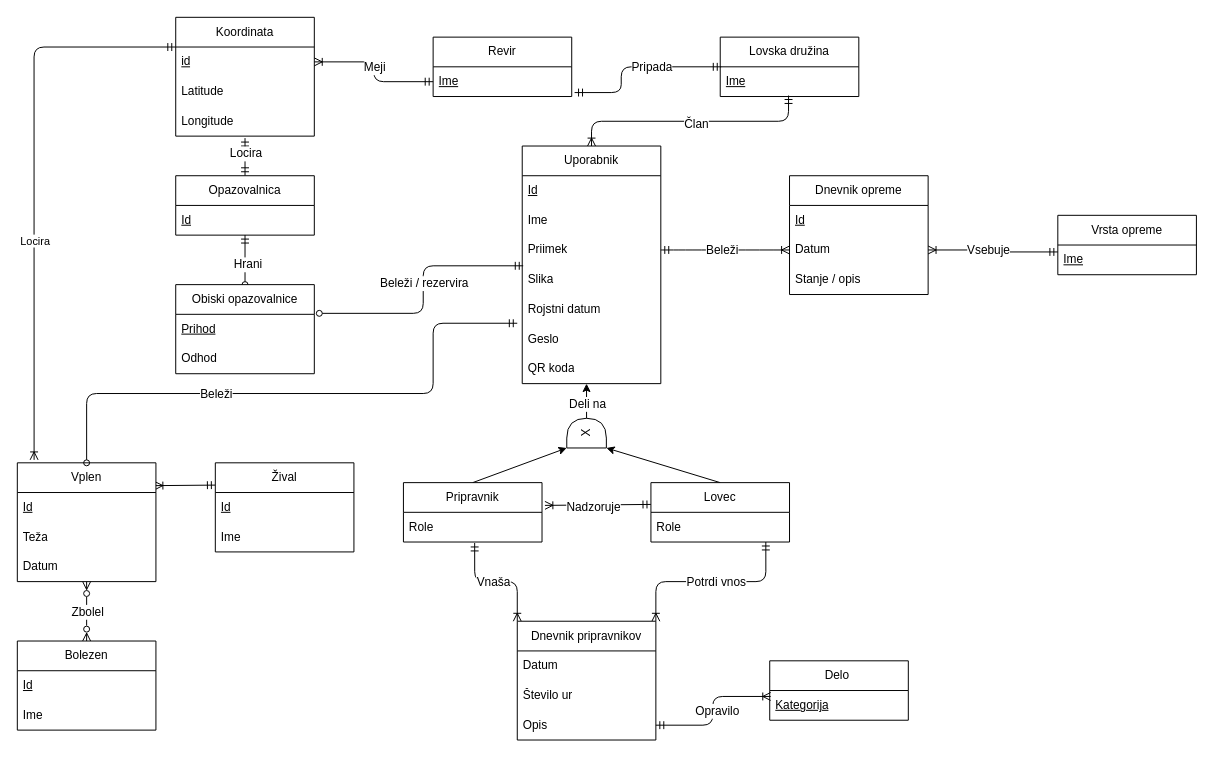
Earlier version of the draw.io diagram assets/ER-diagram.drawio (janmerhar/lovec). Source tidied: cells renumbered, new cells numbered last; positions are measured from the earlier drawing's top-left corner, leaving out a move shared by most shapes. Both pictures are drawn from the tidied source at 99%, with x=0, y=0 at pixel (17, 17).
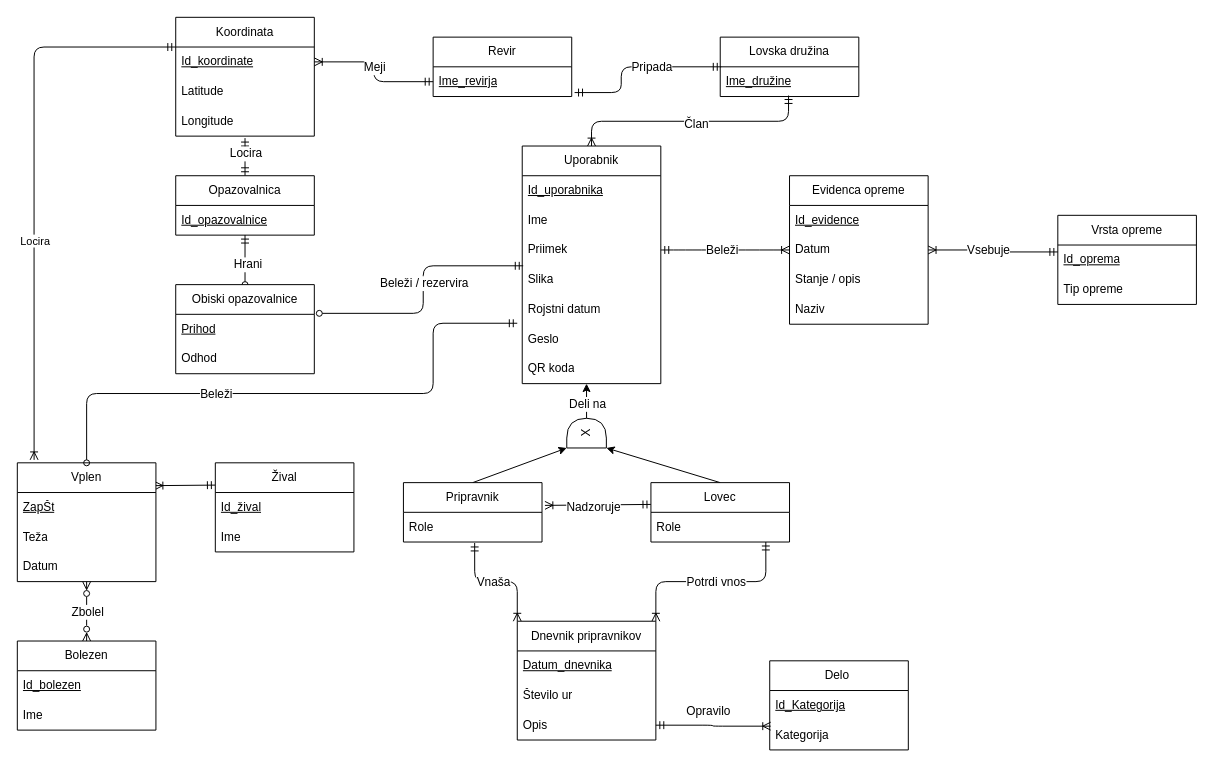
The same page after the edit.

The change refers to these unchanged cells:
```xml
<mxCell id="4" value="Uporabnik" style="swimlane;fontStyle=0;horizontal=1;startSize=30;whiteSpace=wrap;html=1;" parent="1" vertex="1">
  <mxGeometry x="510" y="130" width="140" height="240" as="geometry" />
</mxCell>
<mxCell id="16" value="Opazovalnica" style="swimlane;fontStyle=0;horizontal=1;startSize=30;whiteSpace=wrap;html=1;" parent="1" vertex="1">
  <mxGeometry x="160" y="160" width="140" height="60" as="geometry" />
</mxCell>
<mxCell id="24" value="Dnevnik pripravnikov" style="swimlane;fontStyle=0;horizontal=1;startSize=30;whiteSpace=wrap;html=1;" parent="1" vertex="1">
  <mxGeometry x="505" y="610" width="140" height="120" as="geometry" />
</mxCell>
<mxCell id="28" value="Revir" style="swimlane;fontStyle=0;horizontal=1;startSize=30;whiteSpace=wrap;html=1;" parent="1" vertex="1">
  <mxGeometry x="420" y="20" width="140" height="60" as="geometry" />
</mxCell>
<mxCell id="31" value="Vplen" style="swimlane;fontStyle=0;horizontal=1;startSize=30;whiteSpace=wrap;html=1;" parent="1" vertex="1">
  <mxGeometry y="450" width="140" height="120" as="geometry" />
</mxCell>
<mxCell id="40" value="Lovska družina" style="swimlane;fontStyle=0;horizontal=1;startSize=30;whiteSpace=wrap;html=1;" parent="1" vertex="1">
  <mxGeometry x="710" y="20" width="140" height="60" as="geometry" />
</mxCell>
<mxCell id="63" value="Koordinata" style="swimlane;fontStyle=0;horizontal=1;startSize=30;whiteSpace=wrap;html=1;" parent="1" vertex="1">
  <mxGeometry x="160" width="140" height="120" as="geometry" />
</mxCell>
<mxCell id="71" value="Bolezen" style="swimlane;fontStyle=0;horizontal=1;startSize=30;whiteSpace=wrap;html=1;" parent="1" vertex="1">
  <mxGeometry y="630" width="140" height="90" as="geometry" />
</mxCell>
<mxCell id="82" value="Žival" style="swimlane;fontStyle=0;horizontal=1;startSize=30;whiteSpace=wrap;html=1;" parent="1" vertex="1">
  <mxGeometry x="200" y="450" width="140" height="90" as="geometry" />
</mxCell>
```

The edit, as a diff of the source:
```diff
@@
-    <mxCell id="5" value="&lt;u&gt;Id&lt;/u&gt;" style="text;strokeColor=none;fillColor=none;align=left;verticalAlign=middle;spacingLeft=4;spacingRight=4;overflow=hidden;whiteSpace=wrap;html=1;" parent="4" vertex="1">
+    <mxCell id="5" value="&lt;u&gt;Id_uporabnika&lt;/u&gt;" style="text;strokeColor=none;fillColor=none;align=left;verticalAlign=middle;spacingLeft=4;spacingRight=4;overflow=hidden;whiteSpace=wrap;html=1;" parent="4" vertex="1">
       <mxGeometry y="30" width="140" height="30" as="geometry" />
     </mxCell>
@@
     <mxCell id="12" value="Vrsta opreme" style="swimlane;fontStyle=0;horizontal=1;startSize=30;whiteSpace=wrap;html=1;" parent="1" vertex="1">
-      <mxGeometry x="1051" y="200" width="140" height="60" as="geometry" />
+      <mxGeometry x="1051" y="200" width="140" height="90" as="geometry" />
     </mxCell>
-    <mxCell id="13" value="&lt;u&gt;Ime&lt;/u&gt;" style="text;strokeColor=none;fillColor=none;align=left;verticalAlign=middle;spacingLeft=4;spacingRight=4;overflow=hidden;points=[[0,0.5],[1,0.5]];portConstraint=eastwest;whiteSpace=wrap;html=1;" parent="12" vertex="1">
+    <mxCell id="13" value="&lt;u&gt;Id_oprema&lt;/u&gt;" style="text;strokeColor=none;fillColor=none;align=left;verticalAlign=middle;spacingLeft=4;spacingRight=4;overflow=hidden;points=[[0,0.5],[1,0.5]];portConstraint=eastwest;whiteSpace=wrap;html=1;" parent="12" vertex="1">
       <mxGeometry y="30" width="140" height="30" as="geometry" />
     </mxCell>
+    <mxCell id="85" value="Tip opreme" style="text;strokeColor=none;fillColor=none;align=left;verticalAlign=middle;spacingLeft=4;spacingRight=4;overflow=hidden;whiteSpace=wrap;html=1;" parent="12" vertex="1">
+      <mxGeometry y="60" width="140" height="30" as="geometry" />
+    </mxCell>
@@
-    <mxCell id="17" value="&lt;u&gt;Id&lt;/u&gt;" style="text;strokeColor=none;fillColor=none;align=left;verticalAlign=middle;spacingLeft=4;spacingRight=4;overflow=hidden;points=[[0,0.5],[1,0.5]];portConstraint=eastwest;whiteSpace=wrap;html=1;" parent="16" vertex="1">
+    <mxCell id="17" value="&lt;u&gt;Id_opazovalnice&lt;/u&gt;" style="text;strokeColor=none;fillColor=none;align=left;verticalAlign=middle;spacingLeft=4;spacingRight=4;overflow=hidden;points=[[0,0.5],[1,0.5]];portConstraint=eastwest;whiteSpace=wrap;html=1;" parent="16" vertex="1">
       <mxGeometry y="30" width="140" height="30" as="geometry" />
     </mxCell>
@@
-    <mxCell id="25" value="Datum" style="text;strokeColor=none;fillColor=none;align=left;verticalAlign=middle;spacingLeft=4;spacingRight=4;overflow=hidden;whiteSpace=wrap;html=1;" parent="24" vertex="1">
+    <mxCell id="25" value="&lt;u&gt;Datum_dnevnika&lt;/u&gt;" style="text;strokeColor=none;fillColor=none;align=left;verticalAlign=middle;spacingLeft=4;spacingRight=4;overflow=hidden;whiteSpace=wrap;html=1;" parent="24" vertex="1">
       <mxGeometry y="30" width="140" height="30" as="geometry" />
     </mxCell>
@@
-    <mxCell id="29" value="&lt;u&gt;Ime&lt;/u&gt;" style="text;strokeColor=none;fillColor=none;align=left;verticalAlign=middle;spacingLeft=4;spacingRight=4;overflow=hidden;points=[[0,0.5],[1,0.5]];portConstraint=eastwest;whiteSpace=wrap;html=1;" parent="28" vertex="1">
+    <mxCell id="29" value="&lt;u&gt;Ime_revirja&lt;/u&gt;" style="text;strokeColor=none;fillColor=none;align=left;verticalAlign=middle;spacingLeft=4;spacingRight=4;overflow=hidden;points=[[0,0.5],[1,0.5]];portConstraint=eastwest;whiteSpace=wrap;html=1;" parent="28" vertex="1">
       <mxGeometry y="30" width="140" height="30" as="geometry" />
     </mxCell>
@@
-    <mxCell id="32" value="&lt;u&gt;Id&lt;/u&gt;" style="text;strokeColor=none;fillColor=none;align=left;verticalAlign=middle;spacingLeft=4;spacingRight=4;overflow=hidden;whiteSpace=wrap;html=1;" parent="31" vertex="1">
+    <mxCell id="32" value="&lt;u&gt;ZapŠt&lt;/u&gt;" style="text;strokeColor=none;fillColor=none;align=left;verticalAlign=middle;spacingLeft=4;spacingRight=4;overflow=hidden;whiteSpace=wrap;html=1;" parent="31" vertex="1">
       <mxGeometry y="30" width="140" height="30" as="geometry" />
     </mxCell>
@@
-    <mxCell id="41" value="&lt;u&gt;Ime&lt;/u&gt;" style="text;strokeColor=none;fillColor=none;align=left;verticalAlign=middle;spacingLeft=4;spacingRight=4;overflow=hidden;points=[[0,0.5],[1,0.5]];portConstraint=eastwest;whiteSpace=wrap;html=1;" parent="40" vertex="1">
+    <mxCell id="41" value="&lt;u&gt;Ime_družine&lt;/u&gt;" style="text;strokeColor=none;fillColor=none;align=left;verticalAlign=middle;spacingLeft=4;spacingRight=4;overflow=hidden;points=[[0,0.5],[1,0.5]];portConstraint=eastwest;whiteSpace=wrap;html=1;" parent="40" vertex="1">
       <mxGeometry y="30" width="140" height="30" as="geometry" />
     </mxCell>
@@
-    <mxCell id="51" value="Dnevnik opreme" style="swimlane;fontStyle=0;horizontal=1;startSize=30;whiteSpace=wrap;html=1;" parent="1" vertex="1">
-      <mxGeometry x="780" y="160" width="140" height="120" as="geometry" />
+    <mxCell id="51" value="Evidenca opreme" style="swimlane;fontStyle=0;horizontal=1;startSize=30;whiteSpace=wrap;html=1;" parent="1" vertex="1">
+      <mxGeometry x="780" y="160" width="140" height="150" as="geometry" />
     </mxCell>
-    <mxCell id="52" value="&lt;u&gt;Id&lt;/u&gt;" style="text;strokeColor=none;fillColor=none;align=left;verticalAlign=middle;spacingLeft=4;spacingRight=4;overflow=hidden;whiteSpace=wrap;html=1;" parent="51" vertex="1">
+    <mxCell id="52" value="&lt;u&gt;Id_evidence&lt;/u&gt;" style="text;strokeColor=none;fillColor=none;align=left;verticalAlign=middle;spacingLeft=4;spacingRight=4;overflow=hidden;whiteSpace=wrap;html=1;" parent="51" vertex="1">
       <mxGeometry y="30" width="140" height="30" as="geometry" />
     </mxCell>
@@
+    <mxCell id="86" value="Naziv" style="text;strokeColor=none;fillColor=none;align=left;verticalAlign=middle;spacingLeft=4;spacingRight=4;overflow=hidden;whiteSpace=wrap;html=1;" parent="51" vertex="1">
+      <mxGeometry y="120" width="140" height="30" as="geometry" />
+    </mxCell>
@@
-    <mxCell id="64" value="&lt;u&gt;id&lt;/u&gt;" style="text;strokeColor=none;fillColor=none;align=left;verticalAlign=middle;spacingLeft=4;spacingRight=4;overflow=hidden;points=[[0,0.5],[1,0.5]];portConstraint=eastwest;whiteSpace=wrap;html=1;" parent="63" vertex="1">
+    <mxCell id="64" value="&lt;u&gt;Id_koordinate&lt;/u&gt;" style="text;strokeColor=none;fillColor=none;align=left;verticalAlign=middle;spacingLeft=4;spacingRight=4;overflow=hidden;points=[[0,0.5],[1,0.5]];portConstraint=eastwest;whiteSpace=wrap;html=1;" parent="63" vertex="1">
       <mxGeometry y="30" width="140" height="30" as="geometry" />
     </mxCell>
@@
-    <mxCell id="72" value="&lt;u&gt;Id&lt;/u&gt;" style="text;strokeColor=none;fillColor=none;align=left;verticalAlign=middle;spacingLeft=4;spacingRight=4;overflow=hidden;whiteSpace=wrap;html=1;" parent="71" vertex="1">
+    <mxCell id="72" value="&lt;u&gt;Id_bolezen&lt;/u&gt;" style="text;strokeColor=none;fillColor=none;align=left;verticalAlign=middle;spacingLeft=4;spacingRight=4;overflow=hidden;whiteSpace=wrap;html=1;" parent="71" vertex="1">
       <mxGeometry y="30" width="140" height="30" as="geometry" />
     </mxCell>
@@
     <mxCell id="74" value="Delo&amp;nbsp;" style="swimlane;fontStyle=0;horizontal=1;startSize=30;whiteSpace=wrap;html=1;" parent="1" vertex="1">
-      <mxGeometry x="760" y="650" width="140" height="60" as="geometry" />
+      <mxGeometry x="760" y="650" width="140" height="90" as="geometry" />
     </mxCell>
+    <mxCell id="87" value="&lt;u&gt;Id_Kategorija&lt;/u&gt;" style="text;strokeColor=none;fillColor=none;align=left;verticalAlign=middle;spacingLeft=4;spacingRight=4;overflow=hidden;whiteSpace=wrap;html=1;" parent="74" vertex="1">
+      <mxGeometry y="30" width="140" height="30" as="geometry" />
+    </mxCell>
-    <mxCell id="75" value="&lt;u&gt;Kategorija&lt;/u&gt;" style="text;strokeColor=none;fillColor=none;align=left;verticalAlign=middle;spacingLeft=4;spacingRight=4;overflow=hidden;points=[[0,0.5],[1,0.5]];portConstraint=eastwest;whiteSpace=wrap;html=1;" parent="74" vertex="1">
-      <mxGeometry y="30" width="140" height="30" as="geometry" />
+    <mxCell id="75" value="Kategorija" style="text;strokeColor=none;fillColor=none;align=left;verticalAlign=middle;spacingLeft=4;spacingRight=4;overflow=hidden;points=[[0,0.5],[1,0.5]];portConstraint=eastwest;whiteSpace=wrap;html=1;" parent="74" vertex="1">
+      <mxGeometry y="60" width="140" height="30" as="geometry" />
     </mxCell>
@@
-    <mxCell id="83" value="&lt;u&gt;Id&lt;/u&gt;" style="text;strokeColor=none;fillColor=none;align=left;verticalAlign=middle;spacingLeft=4;spacingRight=4;overflow=hidden;whiteSpace=wrap;html=1;" parent="82" vertex="1">
+    <mxCell id="83" value="&lt;u&gt;Id_žival&lt;/u&gt;" style="text;strokeColor=none;fillColor=none;align=left;verticalAlign=middle;spacingLeft=4;spacingRight=4;overflow=hidden;whiteSpace=wrap;html=1;" parent="82" vertex="1">
       <mxGeometry y="30" width="140" height="30" as="geometry" />
     </mxCell>
```
